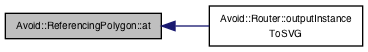
The Graphviz diagram documentation/classAvoid_1_1ReferencingPolygon_a168bb0af7ba4147861f6b326d088da71_icgraph.png in mjwybrow/adaptagrams, before a commit. Its source is kept beside it as documentation/classAvoid_1_1ReferencingPolygon_a168bb0af7ba4147861f6b326d088da71_icgraph.dot.
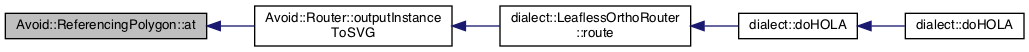
Later version of the same file.

Change to the diagram source:
```diff
@@ -3,7 +3,13 @@
   edge [fontname="Helvetica",fontsize="10",labelfontname="Helvetica",labelfontsize="10"];
   node [fontname="Helvetica",fontsize="10",shape=record];
   rankdir="LR";
-  Node2 [label="Avoid::ReferencingPolygon::at",height=0.2,width=0.4,color="black", fillcolor="grey75", style="filled", fontcolor="black"];
-  Node2 -> Node3 [dir="back",color="midnightblue",fontsize="10",style="solid",fontname="Helvetica"];
-  Node3 [label="Avoid::Router::outputInstance\lToSVG",height=0.2,width=0.4,color="black", fillcolor="white", style="filled",URL="$classAvoid_1_1Router.html#a458aae2d6447e0958e4916a8c29bbb47",tooltip="Generates an SVG file containing debug output and code that can be used to regenerate the instance..."];
+  Node3 [label="Avoid::ReferencingPolygon::at",height=0.2,width=0.4,color="black", fillcolor="grey75", style="filled", fontcolor="black"];
+  Node3 -> Node4 [dir="back",color="midnightblue",fontsize="10",style="solid",fontname="Helvetica"];
+  Node4 [label="Avoid::Router::outputInstance\lToSVG",height=0.2,width=0.4,color="black", fillcolor="white", style="filled",URL="$classAvoid_1_1Router.html#a458aae2d6447e0958e4916a8c29bbb47",tooltip="Generates an SVG file containing debug output and code that can be used to regenerate the instance..."];
+  Node4 -> Node5 [dir="back",color="midnightblue",fontsize="10",style="solid",fontname="Helvetica"];
+  Node5 [label="dialect::LeaflessOrthoRouter\l::route",height=0.2,width=0.4,color="black", fillcolor="white", style="filled",URL="$classdialect_1_1LeaflessOrthoRouter.html#af58e911020f19a144303fc01e5b8c35e",tooltip="Do the routing. "];
+  Node5 -> Node6 [dir="back",color="midnightblue",fontsize="10",style="solid",fontname="Helvetica"];
+  Node6 [label="dialect::doHOLA",height=0.2,width=0.4,color="black", fillcolor="white", style="filled",URL="$namespacedialect.html#a05ccc4c149e1b5902ec827bfabd3cf76",tooltip="Apply the HOLA layout algorithm to the given Graph. See Steve Kieffer, Tim Dwyer, Kim Marriott..."];
+  Node6 -> Node7 [dir="back",color="midnightblue",fontsize="10",style="solid",fontname="Helvetica"];
+  Node7 [label="dialect::doHOLA",height=0.2,width=0.4,color="black", fillcolor="white", style="filled",URL="$namespacedialect.html#a24766038e1a9ccd99997ea31c42b432a",tooltip="Convenience function to do HOLA layout with default options. "];
 }
```
